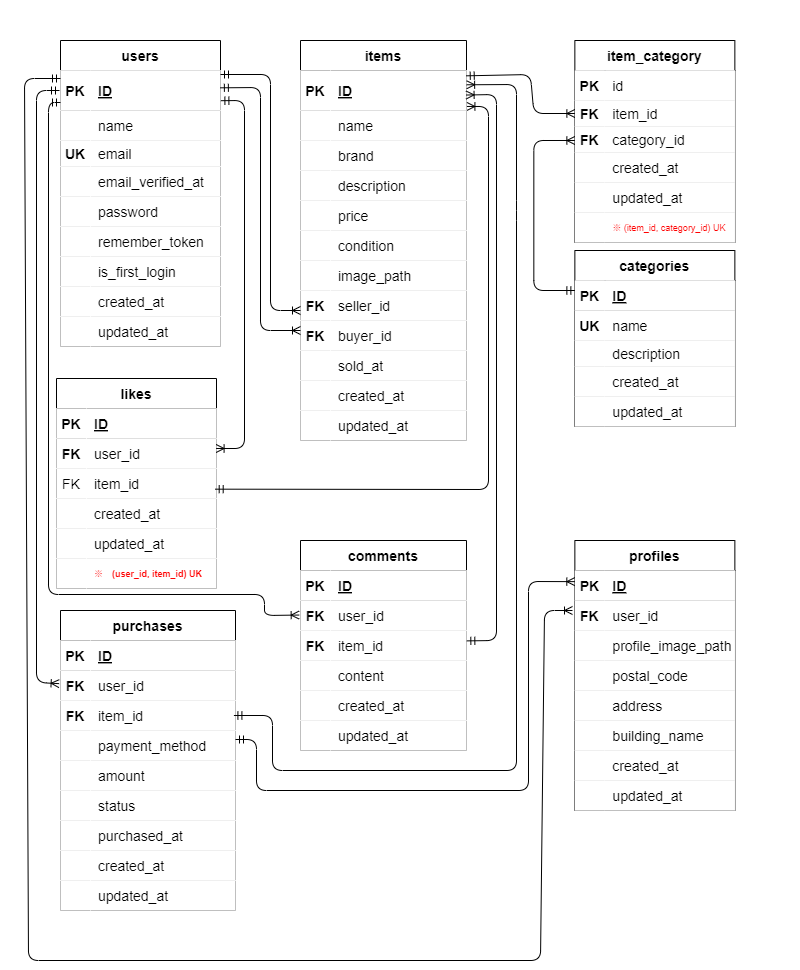
The draw.io diagram fleamarket.drawio.png in ponponmama/coachtech-flea-market, before a commit. Source tidied: cells renumbered, new cells last; positions are measured from the earlier drawing's top-left corner, leaving out a move shared by most shapes.
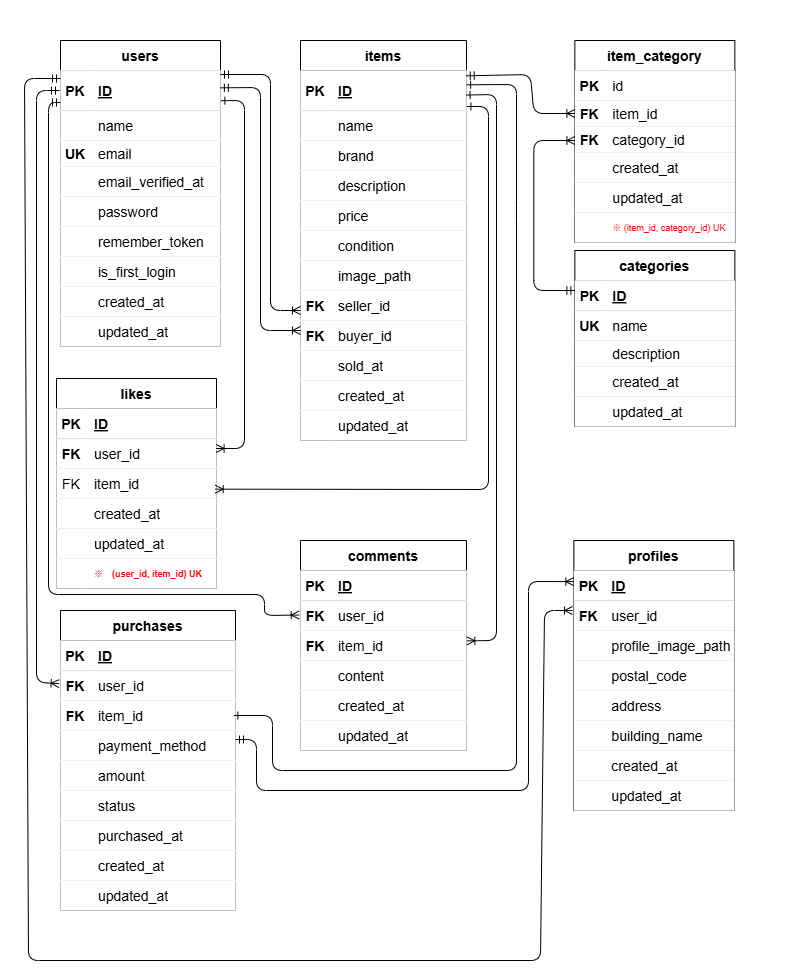
After the commit.

Diff of the diagram source:
```diff
@@ -249,7 +249,7 @@
       <mxGeometry x="30" width="130" height="30" as="geometry" />
     </mxCell>
     <mxCell id="84" value="profiles" style="shape=table;startSize=30;rowLines=0;fontStyle=1;align=center;fontSize=14;fillColor=default;strokeColor=#000000;labelBorderColor=none;swimlaneFillColor=#000000;" parent="2" vertex="1">
-      <mxGeometry x="574.4" y="540" width="160" height="270" as="geometry" />
+      <mxGeometry x="573.4" y="540" width="160" height="270" as="geometry" />
     </mxCell>
     <mxCell id="85" style="shape=tableRow;horizontal=0;startSize=0;swimlaneHead=0;swimlaneBody=0;fillColor=default;top=0;left=0;right=0;bottom=1;fontSize=14;strokeColor=#000000;labelBorderColor=none;swimlaneFillColor=#000000;" parent="84" vertex="1">
       <mxGeometry y="30" width="160" height="30" as="geometry" />
@@ -621,7 +621,7 @@
         </Array>
       </mxGeometry>
     </mxCell>
-    <mxCell id="200" style="edgeStyle=none;jettySize=auto;html=1;endArrow=ERmandOne;endFill=0;startArrow=ERoneToMany;startFill=0;entryX=0.99;entryY=0.689;entryDx=0;entryDy=0;entryPerimeter=0;exitX=1.003;exitY=0.899;exitDx=0;exitDy=0;exitPerimeter=0;" parent="2" edge="1" source="34" target="166">
+    <mxCell id="200" style="edgeStyle=none;jettySize=auto;html=1;endArrow=ERoneToMany;endFill=0;startArrow=ERone;startFill=0;entryX=0.99;entryY=0.689;entryDx=0;entryDy=0;entryPerimeter=0;exitX=1.003;exitY=0.899;exitDx=0;exitDy=0;exitPerimeter=0;" parent="2" edge="1" source="34" target="166">
       <mxGeometry relative="1" as="geometry">
         <Array as="points">
           <mxPoint x="488" y="106" />
@@ -629,7 +629,7 @@
         </Array>
       </mxGeometry>
     </mxCell>
-    <mxCell id="201" style="edgeStyle=none;jettySize=auto;html=1;endArrow=ERoneToMany;endFill=0;startArrow=ERmandOne;startFill=0;entryX=0.997;entryY=0.333;entryDx=0;entryDy=0;entryPerimeter=0;exitX=1.003;exitY=0.755;exitDx=0;exitDy=0;exitPerimeter=0;" parent="2" edge="1" source="6" target="163">
+    <mxCell id="201" style="edgeStyle=none;jettySize=auto;html=1;endArrow=ERoneToMany;endFill=0;startArrow=ERone;startFill=0;entryX=0.997;entryY=0.333;entryDx=0;entryDy=0;entryPerimeter=0;exitX=1.003;exitY=0.755;exitDx=0;exitDy=0;exitPerimeter=0;" parent="2" edge="1" source="6" target="163">
       <mxGeometry relative="1" as="geometry">
         <Array as="points">
           <mxPoint x="244" y="100" />
@@ -667,7 +667,7 @@
         </Array>
       </mxGeometry>
     </mxCell>
-    <mxCell id="205" style="edgeStyle=none;jettySize=auto;html=1;endArrow=ERmandOne;endFill=0;startArrow=ERoneToMany;startFill=0;exitX=1.001;exitY=0.357;exitDx=0;exitDy=0;exitPerimeter=0;entryX=0.989;entryY=0.5;entryDx=0;entryDy=0;entryPerimeter=0;" parent="2" edge="1" source="34" target="137">
+    <mxCell id="205" style="edgeStyle=none;jettySize=auto;html=1;endArrow=ERone;endFill=0;startArrow=ERone;startFill=0;exitX=1.001;exitY=0.357;exitDx=0;exitDy=0;exitPerimeter=0;entryX=0.989;entryY=0.5;entryDx=0;entryDy=0;entryPerimeter=0;" parent="2" edge="1" source="34" target="137">
       <mxGeometry relative="1" as="geometry">
         <Array as="points">
           <mxPoint x="516" y="84" />
@@ -678,7 +678,7 @@
         </Array>
       </mxGeometry>
     </mxCell>
-    <mxCell id="206" style="edgeStyle=none;jettySize=auto;html=1;endArrow=ERmandOne;endFill=0;startArrow=ERoneToMany;startFill=0;exitX=0.997;exitY=0.613;exitDx=0;exitDy=0;exitPerimeter=0;entryX=1.002;entryY=0.478;entryDx=0;entryDy=0;entryPerimeter=0;" parent="2" edge="1" source="34" target="176">
+    <mxCell id="206" style="edgeStyle=none;jettySize=auto;html=1;endArrow=ERoneToMany;endFill=0;startArrow=ERone;startFill=0;exitX=0.997;exitY=0.613;exitDx=0;exitDy=0;exitPerimeter=0;entryX=1.002;entryY=0.478;entryDx=0;entryDy=0;entryPerimeter=0;" parent="2" edge="1" source="34" target="176">
       <mxGeometry relative="1" as="geometry">
         <Array as="points">
           <mxPoint x="496" y="94" />
```
